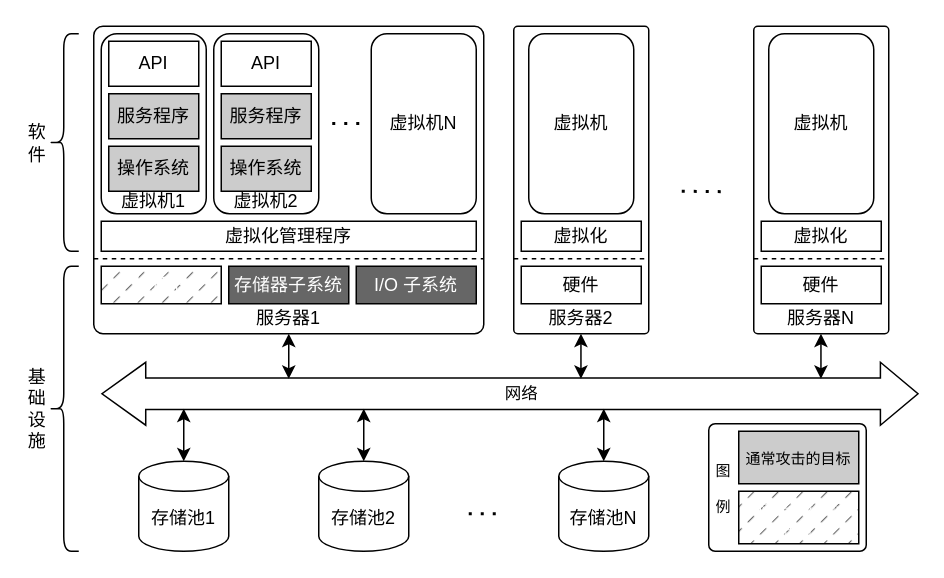
Above: page "1-comp-sys" (1 of 3) of figs/figs.drawio in yqszxx/bachelor-thesis (draw.io), before the change. Source tidied: cells renumbered, new cells numbered last; positions are measured from the earlier drawing's top-left corner, leaving out a move shared by most shapes. Both pictures are drawn from the tidied source at 150%, with x=0, y=0 at pixel (26, 26).
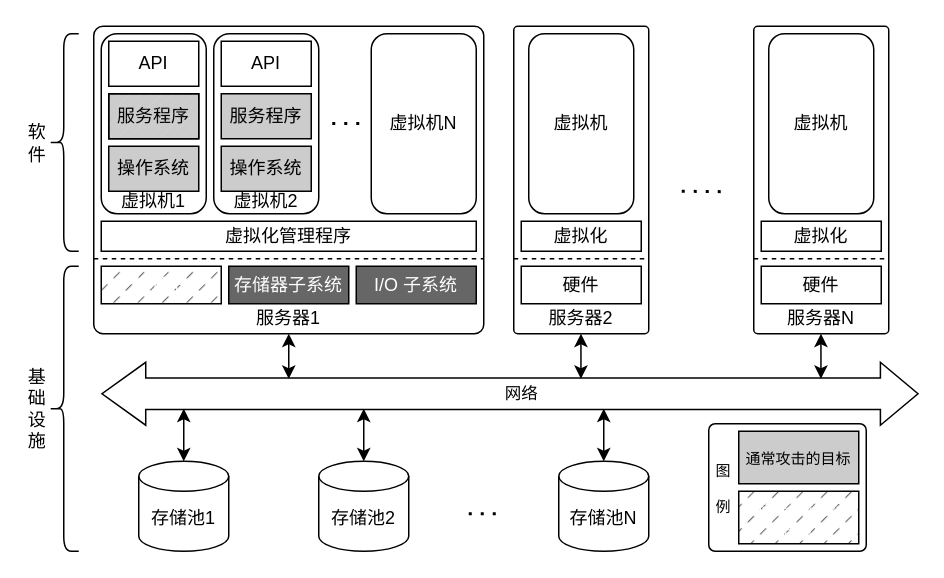
The same page after the edit.

The edit, as a diff of the source:
```diff
@@
+    <mxCell id="57" style="verticalLabelPosition=bottom;verticalAlign=top;html=1;shape=mxgraph.basic.patternFillRect;fillStyle=diag;step=5;fillStrokeWidth=0.2;fillStrokeColor=#dddddd;fillColor=none;" parent="1" vertex="1">
+      <mxGeometry x="55" y="45" width="60" height="30" as="geometry" />
+    </mxCell>
```
